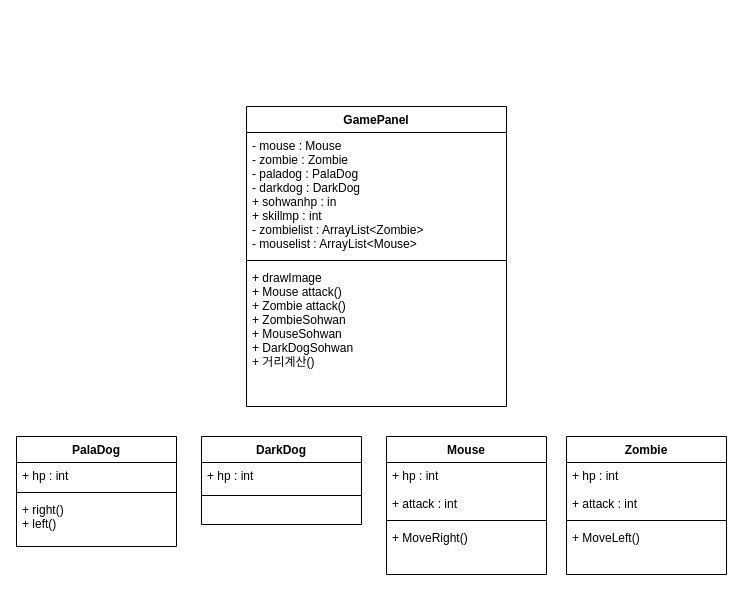
Above: Untitled Diagram.drawio in jeonghyun051/kimjeonghyun (draw.io), before the change. Source tidied: cells renumbered, new cells numbered last; positions are measured from the earlier drawing's top-left corner, leaving out a move shared by most shapes. Both pictures are drawn from the tidied source at 100%, with x=0, y=0 at pixel (16, 106).
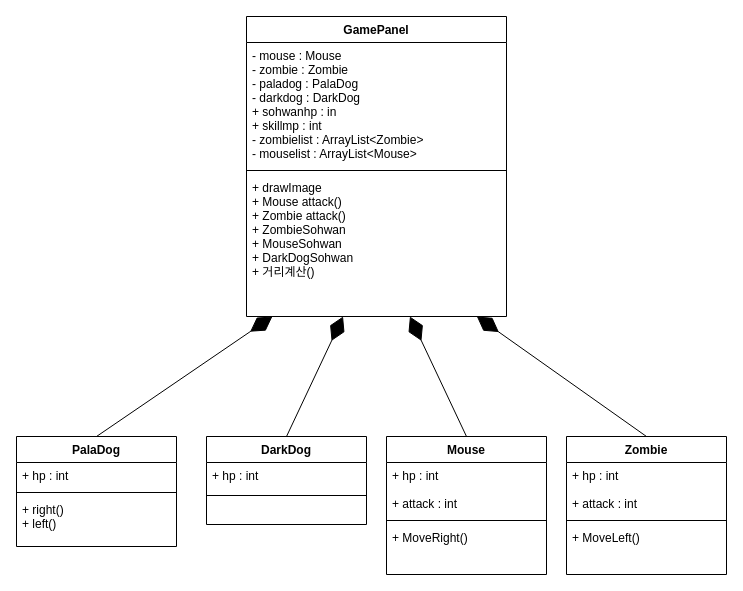
Above is the later version.

The change refers to these unchanged cells:
```xml
<mxCell id="5" value="+ drawImage&#10;+ Mouse attack()&#10;+ Zombie attack()&#10;+ ZombieSohwan&#10;+ MouseSohwan&#10;+ DarkDogSohwan&#10;+ 거리계산()" style="text;strokeColor=none;fillColor=none;align=left;verticalAlign=top;spacingLeft=4;spacingRight=4;overflow=hidden;points=[[0,0.5],[1,0.5]];portConstraint=eastwest;" parent="2" vertex="1">
  <mxGeometry y="158" width="260" height="142" as="geometry" />
</mxCell>
<mxCell id="6" value="PalaDog" style="swimlane;fontStyle=1;align=center;verticalAlign=top;horizontal=1;startSize=26;" parent="1" vertex="1">
  <mxGeometry y="330" width="160" height="110" as="geometry" />
</mxCell>
<mxCell id="13" value="Mouse" style="swimlane;fontStyle=1;align=center;verticalAlign=top;horizontal=1;startSize=26;" parent="1" vertex="1">
  <mxGeometry x="370" y="330" width="160" height="138" as="geometry" />
</mxCell>
<mxCell id="17" value="Zombie" style="swimlane;fontStyle=1;align=center;verticalAlign=top;horizontal=1;startSize=26;" parent="1" vertex="1">
  <mxGeometry x="550" y="330" width="160" height="138" as="geometry" />
</mxCell>
```

What changed in the source:
```diff
@@
     <mxCell id="2" value="GamePanel" style="swimlane;fontStyle=1;align=center;verticalAlign=top;horizontal=1;startSize=26;" parent="1" vertex="1">
-      <mxGeometry x="230" width="260" height="300" as="geometry" />
+      <mxGeometry x="230" y="-90" width="260" height="300" as="geometry" />
     </mxCell>
@@
     <mxCell id="10" value="DarkDog" style="swimlane;fontStyle=1;align=center;verticalAlign=top;horizontal=1;startSize=26;" parent="1" vertex="1">
-      <mxGeometry x="185" y="330" width="160" height="88" as="geometry" />
+      <mxGeometry x="190" y="330" width="160" height="88" as="geometry" />
     </mxCell>
@@
+    <mxCell id="21" style="endArrow=diamondThin;endFill=1;endSize=24;html=1;fontColor=#67AB9F;exitX=0.5;exitY=0;exitDx=0;exitDy=0;" parent="1" edge="1" source="6" target="5">
+      <mxGeometry relative="1" as="geometry" />
+    </mxCell>
+    <mxCell id="22" style="endArrow=diamondThin;endFill=1;endSize=24;html=1;fontColor=#67AB9F;exitX=0.5;exitY=0;exitDx=0;exitDy=0;" parent="1" edge="1" source="10" target="5">
+      <mxGeometry relative="1" as="geometry" />
+    </mxCell>
+    <mxCell id="23" style="endArrow=diamondThin;endFill=1;endSize=24;html=1;fontColor=#67AB9F;exitX=0.5;exitY=0;exitDx=0;exitDy=0;" parent="1" edge="1" source="13" target="5">
+      <mxGeometry relative="1" as="geometry" />
+    </mxCell>
+    <mxCell id="24" style="endArrow=diamondThin;endFill=1;endSize=24;html=1;fontColor=#67AB9F;exitX=0.5;exitY=0;exitDx=0;exitDy=0;" parent="1" edge="1" source="17" target="5">
+      <mxGeometry relative="1" as="geometry" />
+    </mxCell>
```
